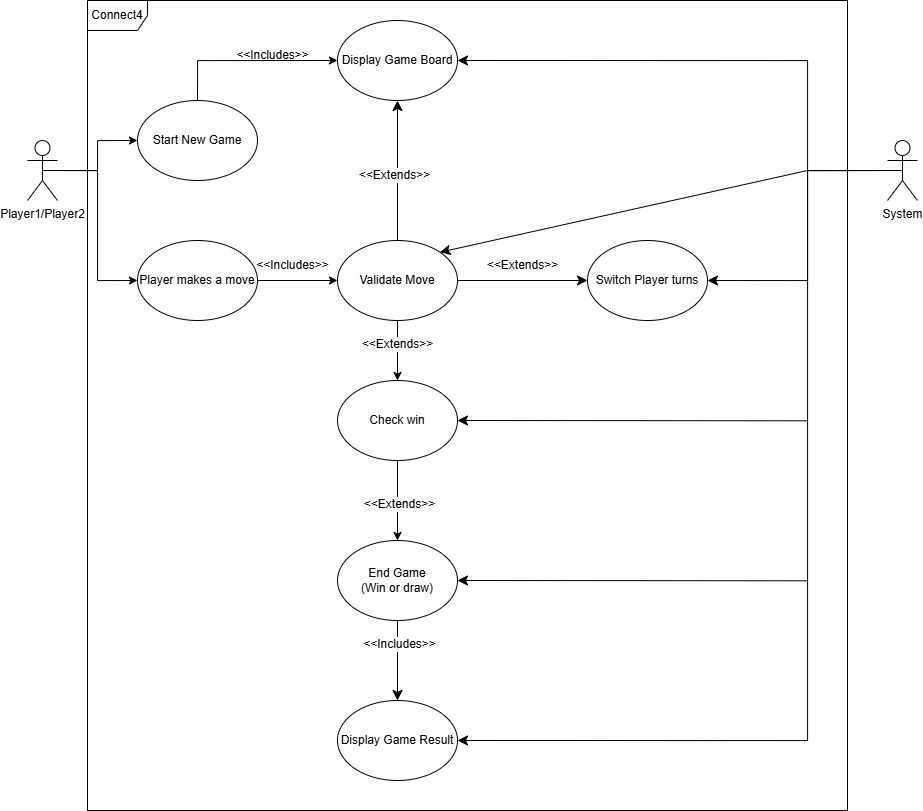
Earlier version of the draw.io export use case diagrams/use_case_diagram_connect4.png (aeMyst/Minigame-Portal). Source tidied: cells renumbered, new cells last; positions are measured from the earlier drawing's top-left corner, leaving out a move shared by most shapes.
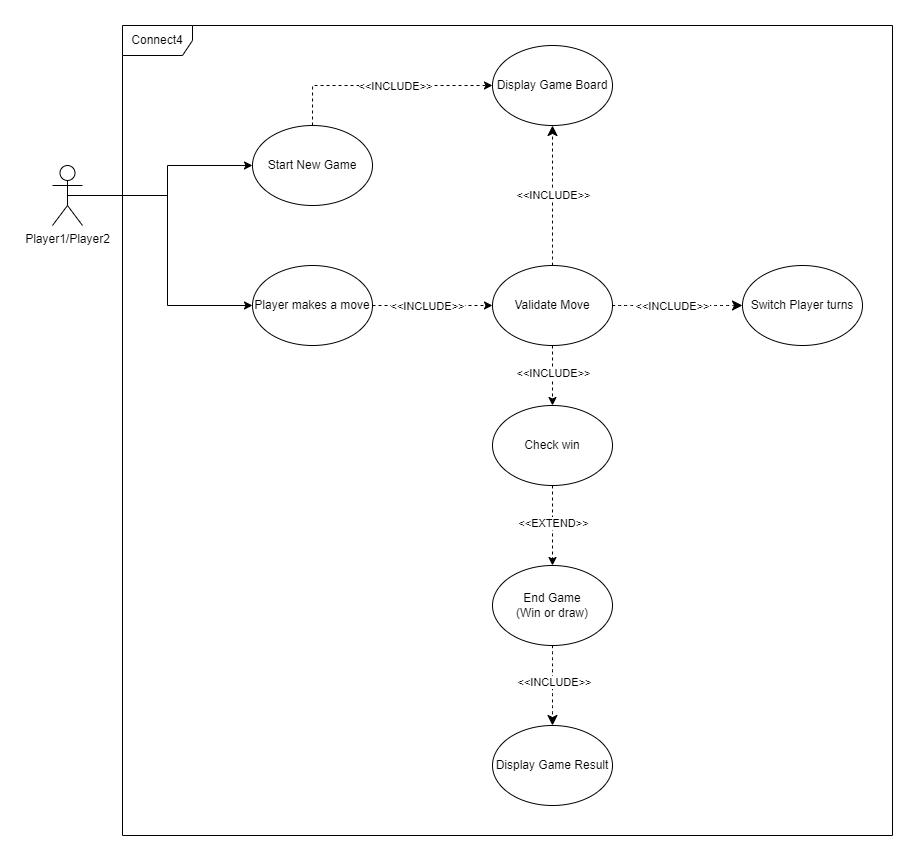
The same diagram one commit later.

What changed in the source:
```diff
@@ -2,68 +2,70 @@
   <root>
     <mxCell id="0" />
     <mxCell id="1" parent="0" />
-    <mxCell id="2" style="edgeStyle=orthogonalEdgeStyle;rounded=0;jettySize=auto;html=1;exitX=0.5;exitY=0;exitDx=0;exitDy=0;entryX=0;entryY=0.5;entryDx=0;entryDy=0;" parent="1" edge="1" source="3" target="22">
+    <mxCell id="2" style="edgeStyle=orthogonalEdgeStyle;rounded=0;jettySize=auto;html=1;exitX=0.5;exitY=0;exitDx=0;exitDy=0;entryX=0;entryY=0.5;entryDx=0;entryDy=0;dashed=1;" parent="1" edge="1" source="3" target="22">
       <mxGeometry relative="1" as="geometry" />
     </mxCell>
+    <mxCell id="35" value="&amp;lt;&amp;lt;INCLUDE&amp;gt;&amp;gt;" style="edgeLabel;html=1;align=center;verticalAlign=middle;" parent="2" vertex="1">
+      <mxGeometry x="0.09" relative="1" as="geometry">
+        <mxPoint x="2" as="offset" />
+      </mxGeometry>
+    </mxCell>
     <mxCell id="3" value="Start New Game" style="ellipse;whiteSpace=wrap;html=1;" parent="1" vertex="1">
-      <mxGeometry x="110" y="100" width="120" height="80" as="geometry" />
+      <mxGeometry x="70" y="100" width="120" height="80" as="geometry" />
     </mxCell>
-    <mxCell id="4" style="rounded=0;jettySize=auto;html=1;exitX=0.5;exitY=1;exitDx=0;exitDy=0;" parent="1" edge="1" source="20" target="11">
+    <mxCell id="4" style="rounded=0;jettySize=auto;html=1;exitX=0.5;exitY=1;exitDx=0;exitDy=0;dashed=1;" parent="1" edge="1" source="20" target="11">
       <mxGeometry relative="1" as="geometry" />
     </mxCell>
-    <mxCell id="5" value="&lt;span style=&quot;background-color: rgb(251, 251, 251);&quot;&gt;&amp;lt;&amp;lt;Extends&amp;gt;&amp;gt;&lt;/span&gt;" style="edgeLabel;html=1;align=center;verticalAlign=middle;fontSize=12;" parent="4" vertex="1">
-      <mxGeometry x="-0.24" y="-1" relative="1" as="geometry" />
-    </mxCell>
+    <mxCell id="36" value="&amp;lt;&amp;lt;INCLUDE&amp;gt;&amp;gt;" style="edgeLabel;html=1;align=center;verticalAlign=middle;" parent="4" vertex="1">
+      <mxGeometry x="-0.11" y="1" relative="1" as="geometry">
+        <mxPoint x="-1" as="offset" />
+      </mxGeometry>
+    </mxCell>
-    <mxCell id="6" style="rounded=0;jettySize=auto;html=1;exitX=1;exitY=0.5;exitDx=0;exitDy=0;entryX=0;entryY=0.5;entryDx=0;entryDy=0;" parent="1" edge="1" source="7" target="20">
+    <mxCell id="6" style="rounded=0;jettySize=auto;html=1;exitX=1;exitY=0.5;exitDx=0;exitDy=0;entryX=0;entryY=0.5;entryDx=0;entryDy=0;dashed=1;" parent="1" edge="1" source="7" target="20">
       <mxGeometry relative="1" as="geometry" />
     </mxCell>
+    <mxCell id="37" value="&amp;lt;&amp;lt;INCLUDE&amp;gt;&amp;gt;" style="edgeLabel;html=1;align=center;verticalAlign=middle;" parent="6" vertex="1">
+      <mxGeometry x="-0.32" y="-1" relative="1" as="geometry">
+        <mxPoint x="14" y="-1" as="offset" />
+      </mxGeometry>
+    </mxCell>
     <mxCell id="7" value="Player makes a move" style="ellipse;whiteSpace=wrap;html=1;" parent="1" vertex="1">
-      <mxGeometry x="110" y="240" width="120" height="80" as="geometry" />
+      <mxGeometry x="70" y="240" width="120" height="80" as="geometry" />
     </mxCell>
-    <mxCell id="8" style="rounded=0;jettySize=auto;html=1;exitX=0.5;exitY=1;exitDx=0;exitDy=0;entryX=0.5;entryY=0;entryDx=0;entryDy=0;" parent="1" edge="1" source="11" target="15">
+    <mxCell id="8" style="rounded=0;jettySize=auto;html=1;exitX=0.5;exitY=1;exitDx=0;exitDy=0;entryX=0.5;entryY=0;entryDx=0;entryDy=0;dashed=1;" parent="1" edge="1" source="11" target="15">
       <mxGeometry relative="1" as="geometry" />
     </mxCell>
-    <mxCell id="9" value="&lt;span style=&quot;background-color: rgb(251, 251, 251);&quot;&gt;&amp;lt;&amp;lt;Extends&amp;gt;&amp;gt;&lt;/span&gt;" style="edgeLabel;html=1;align=center;verticalAlign=middle;fontSize=12;" parent="8" vertex="1">
-      <mxGeometry x="0.07" y="1" relative="1" as="geometry" />
-    </mxCell>
-    <mxCell id="10" style="edgeStyle=none;curved=1;rounded=0;jettySize=auto;html=1;exitX=1;exitY=0.5;exitDx=0;exitDy=0;fontSize=12;startSize=8;endSize=8;startArrow=classic;startFill=1;endArrow=none;endFill=0;" parent="1" edge="1" source="11">
-      <mxGeometry relative="1" as="geometry">
-        <mxPoint x="780" y="420.3" as="targetPoint" />
-      </mxGeometry>
-    </mxCell>
+    <mxCell id="38" value="&amp;lt;&amp;lt;EXTEND&amp;gt;&amp;gt;" style="edgeLabel;html=1;align=center;verticalAlign=middle;" parent="8" vertex="1">
+      <mxGeometry x="-0.06" relative="1" as="geometry" />
+    </mxCell>
     <mxCell id="11" value="Check win" style="ellipse;whiteSpace=wrap;html=1;" parent="1" vertex="1">
       <mxGeometry x="310" y="380" width="120" height="80" as="geometry" />
     </mxCell>
-    <mxCell id="12" style="edgeStyle=none;curved=1;rounded=0;jettySize=auto;html=1;exitX=0.5;exitY=1;exitDx=0;exitDy=0;entryX=0.5;entryY=0;entryDx=0;entryDy=0;fontSize=12;startSize=8;endSize=8;" parent="1" edge="1" source="15" target="23">
+    <mxCell id="12" style="edgeStyle=none;curved=1;rounded=0;jettySize=auto;html=1;exitX=0.5;exitY=1;exitDx=0;exitDy=0;entryX=0.5;entryY=0;entryDx=0;entryDy=0;fontSize=12;startSize=8;endSize=8;dashed=1;" parent="1" edge="1" source="15" target="23">
       <mxGeometry relative="1" as="geometry" />
     </mxCell>
-    <mxCell id="13" value="&amp;lt;&amp;lt;Includes&amp;gt;&amp;gt;" style="edgeLabel;html=1;align=center;verticalAlign=middle;fontSize=12;" parent="12" vertex="1">
-      <mxGeometry x="-0.07" y="-4" relative="1" as="geometry">
-        <mxPoint x="5" y="-14" as="offset" />
-      </mxGeometry>
-    </mxCell>
-    <mxCell id="14" style="edgeStyle=none;curved=1;rounded=0;jettySize=auto;html=1;exitX=1;exitY=0.5;exitDx=0;exitDy=0;fontSize=12;startSize=8;endSize=8;startArrow=classic;startFill=1;endArrow=none;endFill=0;" parent="1" edge="1" source="15">
-      <mxGeometry relative="1" as="geometry">
-        <mxPoint x="780" y="580.3" as="targetPoint" />
-      </mxGeometry>
-    </mxCell>
+    <mxCell id="39" value="&amp;lt;&amp;lt;INCLUDE&amp;gt;&amp;gt;" style="edgeLabel;html=1;align=center;verticalAlign=middle;" parent="12" vertex="1">
+      <mxGeometry x="-0.09" y="1" relative="1" as="geometry" />
+    </mxCell>
     <mxCell id="15" value="End Game&lt;div&gt;(Win or draw)&lt;/div&gt;" style="ellipse;whiteSpace=wrap;html=1;" parent="1" vertex="1">
       <mxGeometry x="310" y="540" width="120" height="80" as="geometry" />
     </mxCell>
-    <mxCell id="16" style="edgeStyle=none;curved=1;rounded=0;jettySize=auto;html=1;exitX=1;exitY=0.5;exitDx=0;exitDy=0;entryX=0;entryY=0.5;entryDx=0;entryDy=0;fontSize=12;startSize=8;endSize=8;" parent="1" edge="1" source="20" target="21">
+    <mxCell id="16" style="edgeStyle=none;curved=1;rounded=0;jettySize=auto;html=1;exitX=1;exitY=0.5;exitDx=0;exitDy=0;entryX=0;entryY=0.5;entryDx=0;entryDy=0;fontSize=12;startSize=8;endSize=8;dashed=1;" parent="1" edge="1" source="20" target="21">
       <mxGeometry relative="1" as="geometry" />
     </mxCell>
+    <mxCell id="40" value="&amp;lt;&amp;lt;INCLUDE&amp;gt;&amp;gt;" style="edgeLabel;html=1;align=center;verticalAlign=middle;" parent="16" vertex="1">
+      <mxGeometry x="-0.22" y="-1" relative="1" as="geometry">
+        <mxPoint x="9" y="-1" as="offset" />
+      </mxGeometry>
+    </mxCell>
-    <mxCell id="17" style="edgeStyle=none;curved=1;rounded=0;jettySize=auto;html=1;exitX=0.5;exitY=0;exitDx=0;exitDy=0;entryX=0.5;entryY=1;entryDx=0;entryDy=0;fontSize=12;startSize=8;endSize=8;" parent="1" edge="1" source="20" target="22">
+    <mxCell id="17" style="edgeStyle=none;curved=1;rounded=0;jettySize=auto;html=1;exitX=0.5;exitY=0;exitDx=0;exitDy=0;entryX=0.5;entryY=1;entryDx=0;entryDy=0;fontSize=12;startSize=8;endSize=8;dashed=1;" parent="1" edge="1" source="20" target="22">
       <mxGeometry relative="1" as="geometry" />
     </mxCell>
-    <mxCell id="18" value="&lt;span style=&quot;background-color: rgb(251, 251, 251);&quot;&gt;&amp;lt;&amp;lt;Extends&amp;gt;&amp;gt;&lt;/span&gt;" style="edgeLabel;html=1;align=center;verticalAlign=middle;fontSize=12;" parent="17" vertex="1">
-      <mxGeometry x="-0.06" y="4" relative="1" as="geometry" />
-    </mxCell>
-    <mxCell id="19" style="edgeStyle=none;curved=1;rounded=0;jettySize=auto;html=1;exitX=1;exitY=0;exitDx=0;exitDy=0;fontSize=12;startSize=8;endSize=8;startArrow=classic;startFill=1;endArrow=none;endFill=0;" parent="1" edge="1" source="20">
-      <mxGeometry relative="1" as="geometry">
-        <mxPoint x="780" y="170" as="targetPoint" />
-      </mxGeometry>
-    </mxCell>
+    <mxCell id="41" value="&amp;lt;&amp;lt;INCLUDE&amp;gt;&amp;gt;" style="edgeLabel;html=1;align=center;verticalAlign=middle;" parent="17" vertex="1">
+      <mxGeometry x="-0.08" y="-1" relative="1" as="geometry">
+        <mxPoint x="-1" y="-6" as="offset" />
+      </mxGeometry>
+    </mxCell>
     <mxCell id="20" value="Validate Move" style="ellipse;whiteSpace=wrap;html=1;" parent="1" vertex="1">
       <mxGeometry x="310" y="240" width="120" height="80" as="geometry" />
     </mxCell>
@@ -76,36 +78,9 @@
     <mxCell id="23" value="Display Game Result" style="ellipse;whiteSpace=wrap;html=1;" parent="1" vertex="1">
       <mxGeometry x="310" y="700" width="120" height="80" as="geometry" />
     </mxCell>
-    <mxCell id="24" value="Connect4" style="shape=umlFrame;whiteSpace=wrap;html=1;" parent="1" vertex="1">
-      <mxGeometry x="60" width="760" height="810" as="geometry" />
+    <mxCell id="24" value="Connect4" style="shape=umlFrame;whiteSpace=wrap;html=1;width=70;height=30;" parent="1" vertex="1">
+      <mxGeometry x="-60" width="770" height="810" as="geometry" />
     </mxCell>
-    <mxCell id="25" style="edgeStyle=orthogonalEdgeStyle;rounded=0;jettySize=auto;html=1;exitX=0.5;exitY=0.5;exitDx=0;exitDy=0;exitPerimeter=0;entryX=1;entryY=0.5;entryDx=0;entryDy=0;fontSize=12;startSize=8;endSize=8;" parent="1" edge="1" source="28" target="22">
-      <mxGeometry relative="1" as="geometry">
-        <Array as="points">
-          <mxPoint x="780" y="170" />
-          <mxPoint x="780" y="60" />
-        </Array>
-      </mxGeometry>
-    </mxCell>
-    <mxCell id="26" style="edgeStyle=orthogonalEdgeStyle;rounded=0;jettySize=auto;html=1;exitX=0.5;exitY=0.5;exitDx=0;exitDy=0;exitPerimeter=0;entryX=1;entryY=0.5;entryDx=0;entryDy=0;fontSize=12;startSize=8;endSize=8;" parent="1" edge="1" source="28" target="21">
-      <mxGeometry relative="1" as="geometry">
-        <Array as="points">
-          <mxPoint x="780" y="170" />
-          <mxPoint x="780" y="280" />
-        </Array>
-      </mxGeometry>
-    </mxCell>
-    <mxCell id="27" style="edgeStyle=orthogonalEdgeStyle;rounded=0;jettySize=auto;html=1;exitX=0.5;exitY=0.5;exitDx=0;exitDy=0;exitPerimeter=0;entryX=1;entryY=0.5;entryDx=0;entryDy=0;fontSize=12;startSize=8;endSize=8;" parent="1" edge="1" source="28" target="23">
-      <mxGeometry relative="1" as="geometry">
-        <Array as="points">
-          <mxPoint x="780" y="170" />
-          <mxPoint x="780" y="740" />
-        </Array>
-      </mxGeometry>
-    </mxCell>
-    <mxCell id="28" value="System" style="shape=umlActor;verticalLabelPosition=bottom;verticalAlign=top;html=1;" parent="1" vertex="1">
-      <mxGeometry x="860" y="140" width="30" height="60" as="geometry" />
-    </mxCell>
     <mxCell id="29" style="edgeStyle=orthogonalEdgeStyle;rounded=0;jettySize=auto;html=1;exitX=0.5;exitY=0.5;exitDx=0;exitDy=0;exitPerimeter=0;entryX=0;entryY=0.5;entryDx=0;entryDy=0;" parent="1" edge="1" source="31" target="3">
       <mxGeometry relative="1" as="geometry" />
     </mxCell>
@@ -113,16 +88,7 @@
       <mxGeometry relative="1" as="geometry" />
     </mxCell>
     <mxCell id="31" value="Player1/Player2" style="shape=umlActor;verticalLabelPosition=bottom;verticalAlign=top;html=1;" parent="1" vertex="1">
-      <mxGeometry y="140" width="30" height="60" as="geometry" />
+      <mxGeometry x="-130" y="140" width="30" height="60" as="geometry" />
     </mxCell>
-    <mxCell id="32" value="&amp;lt;&amp;lt;Includes&amp;gt;&amp;gt;" style="text;html=1;align=center;verticalAlign=middle;strokeColor=none;fillColor=none;rotation=0;" parent="1" vertex="1">
-      <mxGeometry x="195" y="40" width="100" height="30" as="geometry" />
-    </mxCell>
-    <mxCell id="33" value="&amp;lt;&amp;lt;Includes&amp;gt;&amp;gt;" style="text;html=1;align=center;verticalAlign=middle;strokeColor=none;fillColor=none;" parent="1" vertex="1">
-      <mxGeometry x="215" y="250" width="100" height="30" as="geometry" />
-    </mxCell>
-    <mxCell id="34" value="&amp;lt;&amp;lt;Extends&amp;gt;&amp;gt;" style="text;html=1;align=center;verticalAlign=middle;strokeColor=none;fillColor=none;" parent="1" vertex="1">
-      <mxGeometry x="450" y="250" width="90" height="30" as="geometry" />
-    </mxCell>
   </root>
 </mxGraphModel>
```
